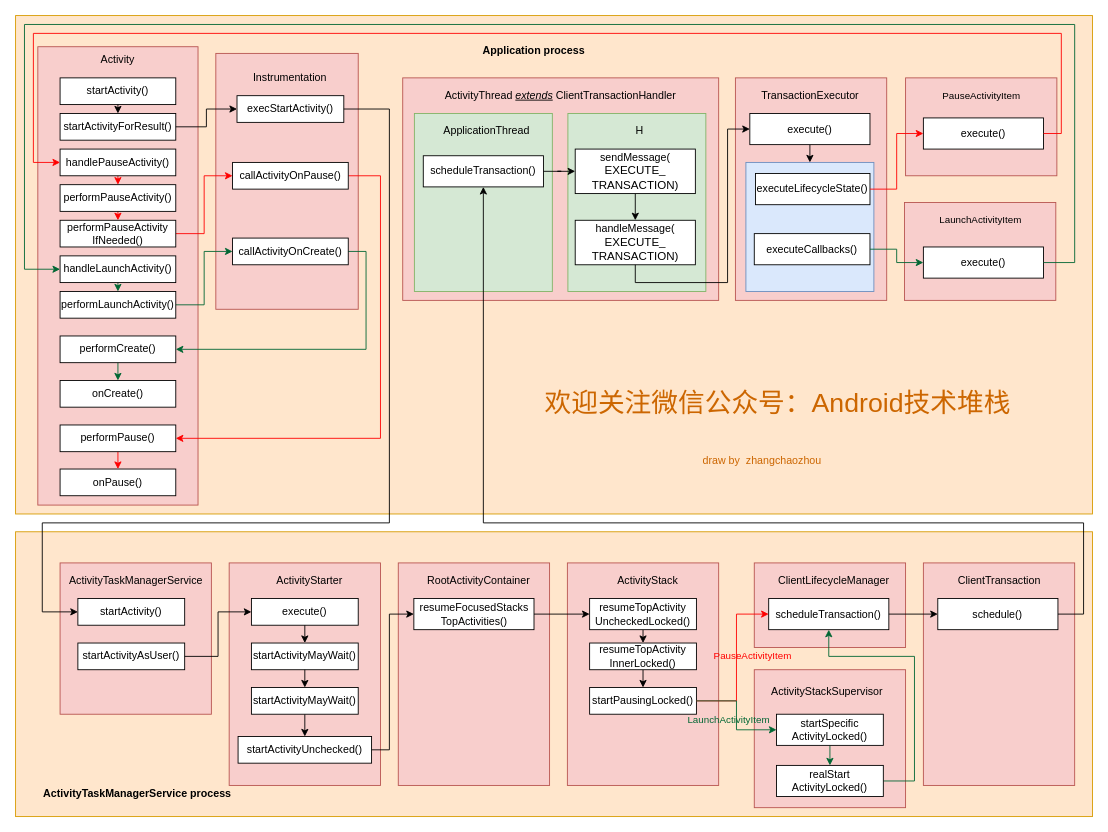
Above: page "Page-1" (1 of 2) of Android/StartActivity.drawio in chaozhouzhang/learning-summary (draw.io), before the change. Source tidied: cells renumbered, new cells numbered last; positions are measured from the earlier drawing's top-left corner, leaving out a move shared by most shapes. Both pictures are drawn from the tidied source at 89%, with x=0, y=0 at pixel (15, 15).
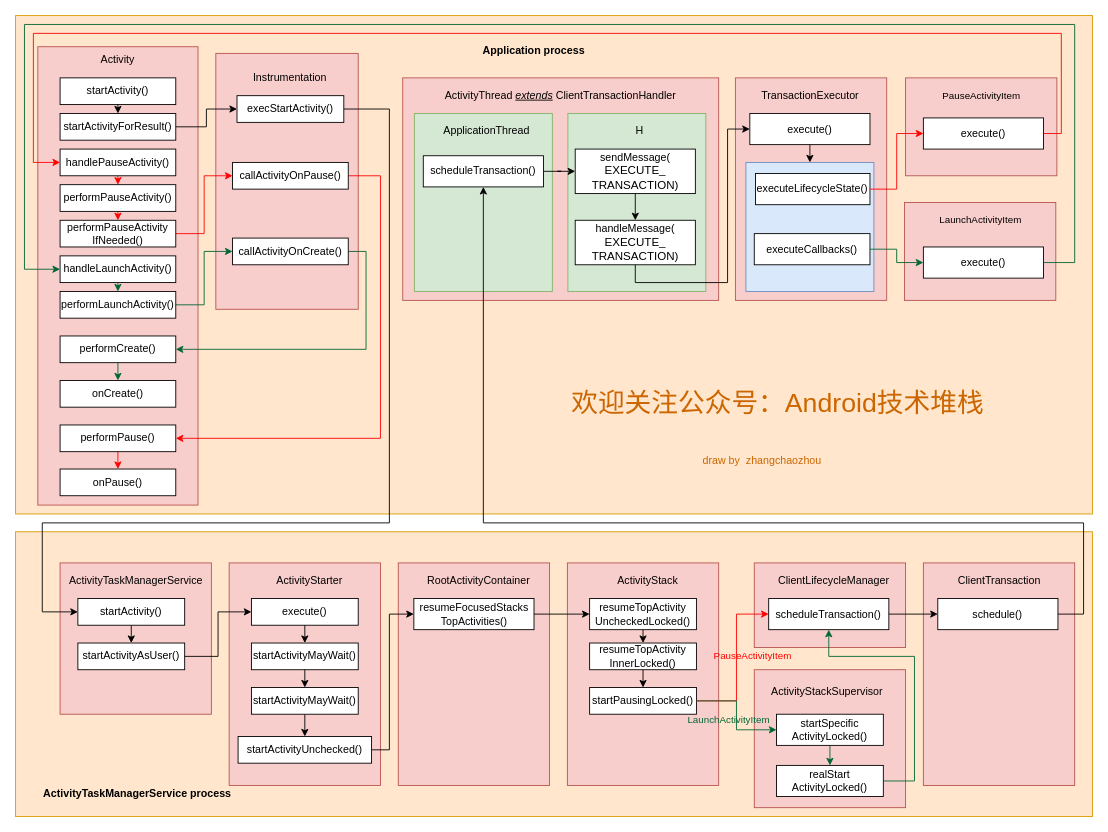
After the change.

Unchanged cells that the change refers to:
```xml
<mxCell id="7" value="startActivity()" style="rounded=0;whiteSpace=wrap;html=1;" parent="1" vertex="1">
  <mxGeometry x="70" y="655" width="120" height="30" as="geometry" />
</mxCell>
<mxCell id="9" value="startActivityAsUser()" style="rounded=0;whiteSpace=wrap;html=1;" parent="1" vertex="1">
  <mxGeometry x="70" y="705" width="120" height="30" as="geometry" />
</mxCell>
```

Change to the diagram source:
```diff
@@
+    <mxCell id="112" style="edgeStyle=orthogonalEdgeStyle;rounded=0;jettySize=auto;html=1;exitX=0.5;exitY=1;exitDx=0;exitDy=0;entryX=0.5;entryY=0;entryDx=0;entryDy=0;" parent="1" edge="1" source="7" target="9">
+      <mxGeometry relative="1" as="geometry" />
+    </mxCell>
@@
-    <mxCell id="111" value="&lt;font style=&quot;font-size: 30px&quot;&gt;欢迎关注微信公众号：Android技术堆栈&lt;/font&gt;" style="text;html=1;strokeColor=none;fillColor=none;align=center;verticalAlign=middle;whiteSpace=wrap;rounded=0;labelBackgroundColor=none;fontColor=#CC6600;" parent="1" vertex="1">
+    <mxCell id="111" value="&lt;font style=&quot;font-size: 30px&quot;&gt;欢迎关注公众号：Android技术堆栈&lt;/font&gt;" style="text;html=1;strokeColor=none;fillColor=none;align=center;verticalAlign=middle;whiteSpace=wrap;rounded=0;labelBackgroundColor=none;fontColor=#CC6600;" parent="1" vertex="1">
       <mxGeometry x="593.1" y="400" width="526.9" height="70" as="geometry" />
     </mxCell>
```
